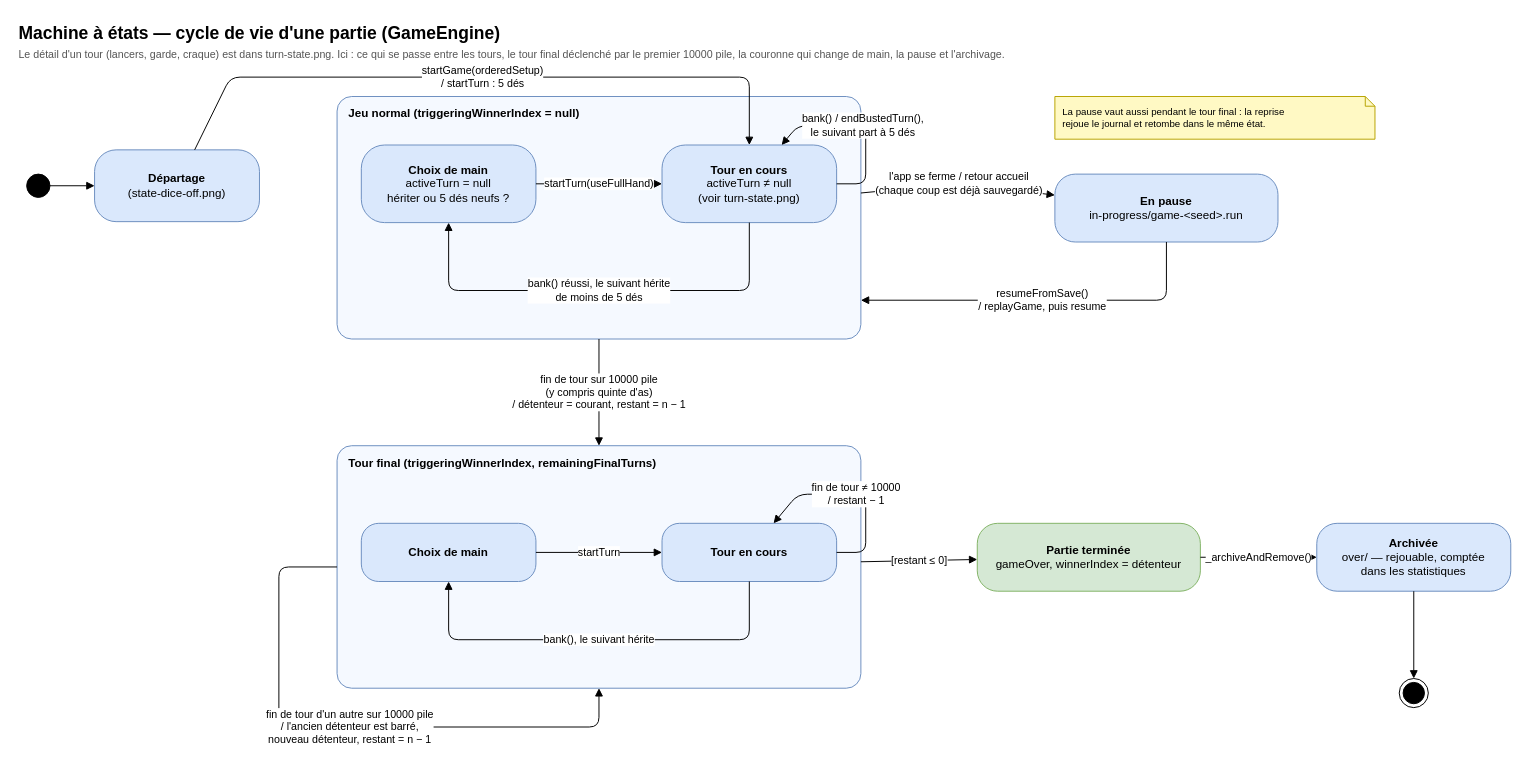
The draw.io diagram docs/uml/state-game.drawio in microscotch/tenk, before the edit. Source tidied: cells renumbered, new cells numbered last; positions are measured from the earlier drawing's top-left corner, leaving out a move shared by most shapes. Both pictures are drawn from the tidied source at 97%, with x=0, y=0 at pixel (16, 16).
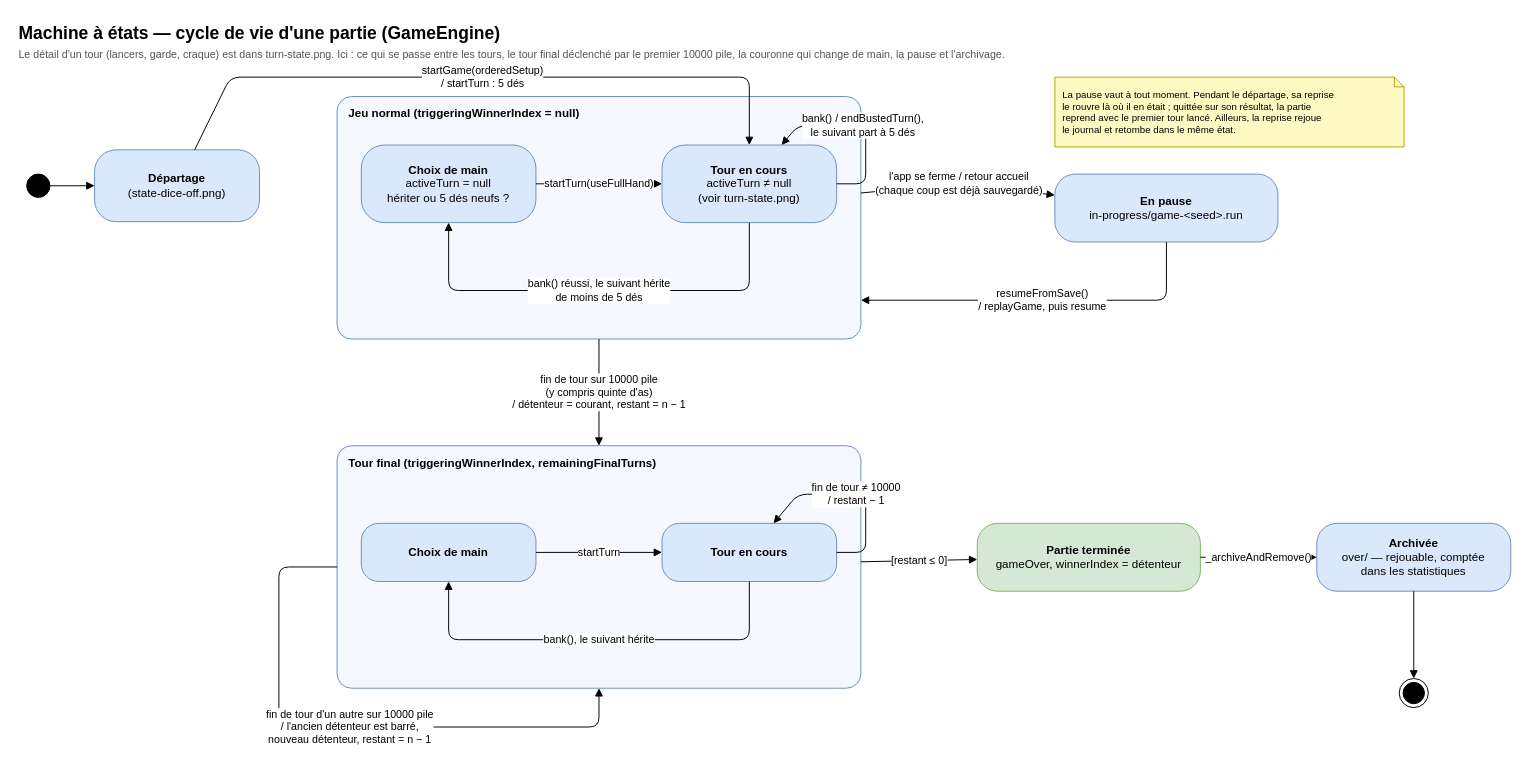
The same page after the edit.

Change to the diagram source:
```diff
@@
-    <mxCell id="31" value="La pause vaut aussi pendant le tour final : la reprise&lt;br/&gt;rejoue le journal et retombe dans le même état." style="shape=note;size=10;whiteSpace=wrap;html=1;align=left;spacingLeft=6;fontSize=10;fillColor=#fff9c4;strokeColor=#b8a400;" parent="1" vertex="1">
-      <mxGeometry x="1070" y="82" width="330" height="44" as="geometry" />
+    <mxCell id="31" value="La pause vaut à tout moment. Pendant le départage, sa reprise&lt;br/&gt;le rouvre là où il en était ; quittée sur son résultat, la partie&lt;br/&gt;reprend avec le premier tour lancé. Ailleurs, la reprise rejoue&lt;br/&gt;le journal et retombe dans le même état." style="shape=note;size=10;whiteSpace=wrap;html=1;align=left;spacingLeft=6;fontSize=10;fillColor=#fff9c4;strokeColor=#b8a400;" parent="1" vertex="1">
+      <mxGeometry x="1070" y="62" width="360" height="72" as="geometry" />
     </mxCell>
```
